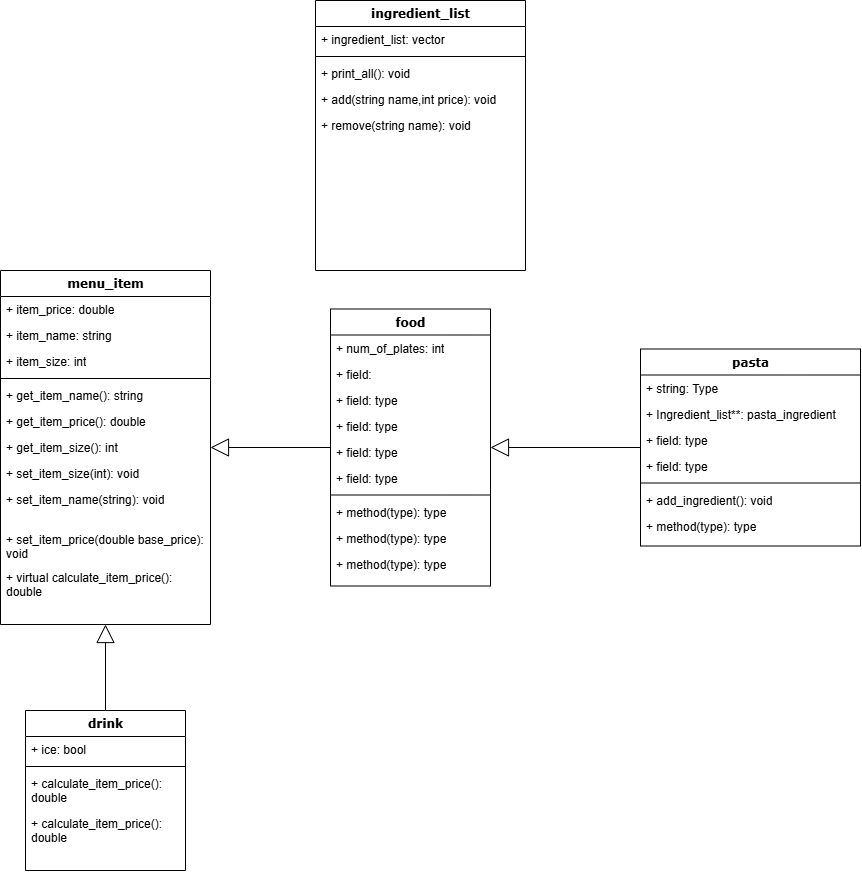
The draw.io diagram UML.png in SohamA12345/Project, before a commit. Source tidied: cells renumbered, new cells last; positions are measured from the earlier drawing's top-left corner, leaving out a move shared by most shapes.
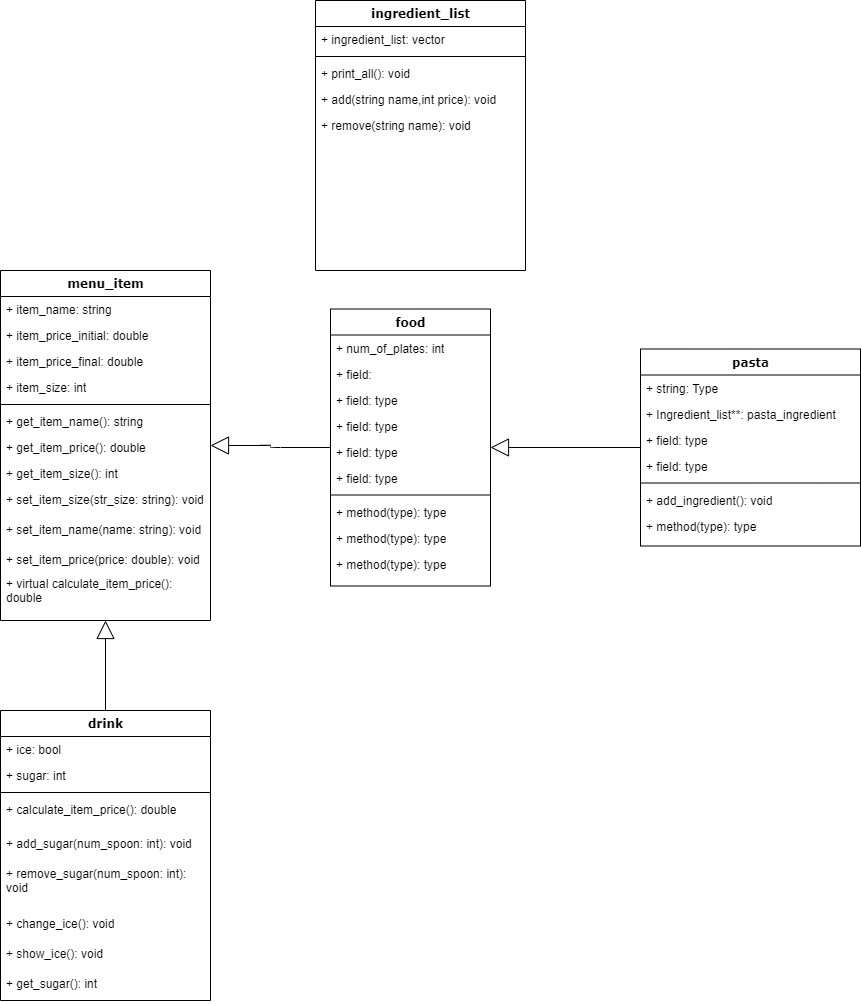
Later version of the same file.

The edit, as a diff of the source:
```diff
@@ -3,40 +3,43 @@
     <mxCell id="0" />
     <mxCell id="1" parent="0" />
     <mxCell id="2" value="&lt;div&gt;menu_item&lt;br&gt;&lt;/div&gt;" style="swimlane;html=1;fontStyle=1;align=center;verticalAlign=top;horizontal=1;startSize=26;swimlaneFillColor=#ffffff;rounded=0;shadow=0;comic=0;labelBackgroundColor=none;strokeWidth=1;fillColor=none;fontFamily=Verdana;fontSize=12;" parent="1" vertex="1">
-      <mxGeometry y="270" width="210" height="354" as="geometry" />
+      <mxGeometry y="270" width="210" height="350" as="geometry" />
     </mxCell>
+    <mxCell id="4" value="+ item_name: string" style="text;html=1;strokeColor=none;fillColor=none;align=left;verticalAlign=top;spacingLeft=4;spacingRight=4;whiteSpace=wrap;overflow=hidden;" parent="2" vertex="1">
+      <mxGeometry y="26" width="210" height="26" as="geometry" />
+    </mxCell>
-    <mxCell id="3" value="+ item_price: double" style="text;html=1;strokeColor=none;fillColor=none;align=left;verticalAlign=top;spacingLeft=4;spacingRight=4;whiteSpace=wrap;overflow=hidden;" parent="2" vertex="1">
-      <mxGeometry y="26" width="210" height="26" as="geometry" />
+    <mxCell id="3" value="+ item_price_initial: double" style="text;html=1;strokeColor=none;fillColor=none;align=left;verticalAlign=top;spacingLeft=4;spacingRight=4;whiteSpace=wrap;overflow=hidden;" parent="2" vertex="1">
+      <mxGeometry y="52" width="210" height="26" as="geometry" />
     </mxCell>
-    <mxCell id="4" value="+ item_name: string" style="text;html=1;strokeColor=none;fillColor=none;align=left;verticalAlign=top;spacingLeft=4;spacingRight=4;whiteSpace=wrap;overflow=hidden;" parent="2" vertex="1">
-      <mxGeometry y="52" width="210" height="26" as="geometry" />
-    </mxCell>
-    <mxCell id="5" value="+ item_size: int" style="text;html=1;strokeColor=none;fillColor=none;align=left;verticalAlign=top;spacingLeft=4;spacingRight=4;whiteSpace=wrap;overflow=hidden;" parent="2" vertex="1">
+    <mxCell id="5" value="+ item_price_final: double" style="text;html=1;strokeColor=none;fillColor=none;align=left;verticalAlign=top;spacingLeft=4;spacingRight=4;whiteSpace=wrap;overflow=hidden;" parent="2" vertex="1">
       <mxGeometry y="78" width="210" height="26" as="geometry" />
     </mxCell>
+    <mxCell id="48" value="+ item_size: int" style="text;html=1;strokeColor=none;fillColor=none;align=left;verticalAlign=top;spacingLeft=4;spacingRight=4;whiteSpace=wrap;overflow=hidden;" parent="2" vertex="1">
+      <mxGeometry y="104" width="210" height="26" as="geometry" />
+    </mxCell>
     <mxCell id="6" style="line;html=1;strokeWidth=1;fillColor=none;align=left;verticalAlign=middle;spacingTop=-1;spacingLeft=3;spacingRight=3;labelPosition=right;" parent="2" vertex="1">
-      <mxGeometry y="104" width="210" height="8" as="geometry" />
+      <mxGeometry y="130" width="210" height="8" as="geometry" />
     </mxCell>
     <mxCell id="7" value="+ get_item_name(): string" style="text;html=1;strokeColor=none;fillColor=none;align=left;verticalAlign=top;spacingLeft=4;spacingRight=4;whiteSpace=wrap;overflow=hidden;" parent="2" vertex="1">
-      <mxGeometry y="112" width="210" height="26" as="geometry" />
+      <mxGeometry y="138" width="210" height="26" as="geometry" />
     </mxCell>
     <mxCell id="8" value="+ get_item_price(): double" style="text;html=1;strokeColor=none;fillColor=none;align=left;verticalAlign=top;spacingLeft=4;spacingRight=4;whiteSpace=wrap;overflow=hidden;" parent="2" vertex="1">
-      <mxGeometry y="138" width="210" height="26" as="geometry" />
+      <mxGeometry y="164" width="210" height="26" as="geometry" />
     </mxCell>
     <mxCell id="9" value="+ get_item_size(): int" style="text;html=1;strokeColor=none;fillColor=none;align=left;verticalAlign=top;spacingLeft=4;spacingRight=4;whiteSpace=wrap;overflow=hidden;" parent="2" vertex="1">
-      <mxGeometry y="164" width="210" height="26" as="geometry" />
+      <mxGeometry y="190" width="210" height="26" as="geometry" />
     </mxCell>
-    <mxCell id="10" value="+ set_item_size(int): void" style="text;html=1;strokeColor=none;fillColor=none;align=left;verticalAlign=top;spacingLeft=4;spacingRight=4;whiteSpace=wrap;overflow=hidden;" parent="2" vertex="1">
-      <mxGeometry y="190" width="210" height="26" as="geometry" />
+    <mxCell id="10" value="+ set_item_size(str_size: string): void" style="text;html=1;strokeColor=none;fillColor=none;align=left;verticalAlign=top;spacingLeft=4;spacingRight=4;whiteSpace=wrap;overflow=hidden;" parent="2" vertex="1">
+      <mxGeometry y="216" width="210" height="30" as="geometry" />
     </mxCell>
-    <mxCell id="11" value="+ set_item_name(string): void" style="text;html=1;strokeColor=none;fillColor=none;align=left;verticalAlign=top;spacingLeft=4;spacingRight=4;whiteSpace=wrap;overflow=hidden;" parent="2" vertex="1">
-      <mxGeometry y="216" width="210" height="40" as="geometry" />
+    <mxCell id="11" value="+ set_item_name(name: string): void" style="text;html=1;strokeColor=none;fillColor=none;align=left;verticalAlign=top;spacingLeft=4;spacingRight=4;whiteSpace=wrap;overflow=hidden;" parent="2" vertex="1">
+      <mxGeometry y="246" width="210" height="30" as="geometry" />
     </mxCell>
-    <mxCell id="12" value="+ set_item_price(double base_price): void" style="text;html=1;strokeColor=none;fillColor=none;align=left;verticalAlign=top;spacingLeft=4;spacingRight=4;whiteSpace=wrap;overflow=hidden;" parent="2" vertex="1">
-      <mxGeometry y="256" width="210" height="38" as="geometry" />
+    <mxCell id="12" value="+ set_item_price(price: double): void" style="text;html=1;strokeColor=none;fillColor=none;align=left;verticalAlign=top;spacingLeft=4;spacingRight=4;whiteSpace=wrap;overflow=hidden;" parent="2" vertex="1">
+      <mxGeometry y="276" width="210" height="24" as="geometry" />
     </mxCell>
     <mxCell id="13" value="+ virtual calculate_item_price(): double" style="text;html=1;strokeColor=none;fillColor=none;align=left;verticalAlign=top;spacingLeft=4;spacingRight=4;whiteSpace=wrap;overflow=hidden;" parent="2" vertex="1">
-      <mxGeometry y="294" width="210" height="60" as="geometry" />
+      <mxGeometry y="300" width="210" height="40" as="geometry" />
     </mxCell>
     <mxCell id="14" style="edgeStyle=orthogonalEdgeStyle;html=1;labelBackgroundColor=none;startFill=0;startSize=8;endArrow=block;endFill=0;endSize=16;fontFamily=Verdana;fontSize=12;elbow=vertical;rounded=1;strokeColor=default;align=center;verticalAlign=middle;fontColor=default;" parent="1" edge="1" source="26" target="15">
       <mxGeometry relative="1" as="geometry" />
@@ -105,20 +108,35 @@
       <mxGeometry relative="1" as="geometry" />
     </mxCell>
     <mxCell id="36" value="drink" style="swimlane;html=1;fontStyle=1;align=center;verticalAlign=top;horizontal=1;startSize=26;swimlaneFillColor=#ffffff;rounded=0;shadow=0;comic=0;labelBackgroundColor=none;strokeWidth=1;fillColor=none;fontFamily=Verdana;fontSize=12;" parent="1" vertex="1">
-      <mxGeometry x="25" y="710" width="160" height="160" as="geometry" />
+      <mxGeometry y="710" width="210" height="290" as="geometry" />
     </mxCell>
+    <mxCell id="49" value="+ ice: bool" style="text;html=1;strokeColor=none;fillColor=none;align=left;verticalAlign=top;spacingLeft=4;spacingRight=4;whiteSpace=wrap;overflow=hidden;" parent="36" vertex="1">
+      <mxGeometry y="26" width="210" height="26" as="geometry" />
+    </mxCell>
-    <mxCell id="37" value="+ ice: bool" style="text;html=1;strokeColor=none;fillColor=none;align=left;verticalAlign=top;spacingLeft=4;spacingRight=4;whiteSpace=wrap;overflow=hidden;" parent="36" vertex="1">
-      <mxGeometry y="26" width="160" height="26" as="geometry" />
+    <mxCell id="37" value="+ sugar: int" style="text;html=1;strokeColor=none;fillColor=none;align=left;verticalAlign=top;spacingLeft=4;spacingRight=4;whiteSpace=wrap;overflow=hidden;" parent="36" vertex="1">
+      <mxGeometry y="52" width="210" height="26" as="geometry" />
     </mxCell>
     <mxCell id="38" style="line;html=1;strokeWidth=1;fillColor=none;align=left;verticalAlign=middle;spacingTop=-1;spacingLeft=3;spacingRight=3;labelPosition=right;" parent="36" vertex="1">
-      <mxGeometry y="52" width="160" height="8" as="geometry" />
+      <mxGeometry y="78" width="210" height="8" as="geometry" />
     </mxCell>
     <mxCell id="39" value="+ calculate_item_price(): double&lt;div&gt;&lt;br&gt;&lt;/div&gt;" style="text;html=1;strokeColor=none;fillColor=none;align=left;verticalAlign=top;spacingLeft=4;spacingRight=4;whiteSpace=wrap;overflow=hidden;" parent="36" vertex="1">
-      <mxGeometry y="60" width="160" height="40" as="geometry" />
+      <mxGeometry y="86" width="210" height="34" as="geometry" />
     </mxCell>
+    <mxCell id="50" value="+ add_sugar(num_spoon: int): void" style="text;html=1;strokeColor=none;fillColor=none;align=left;verticalAlign=top;spacingLeft=4;spacingRight=4;whiteSpace=wrap;overflow=hidden;" parent="36" vertex="1">
+      <mxGeometry y="120" width="210" height="30" as="geometry" />
+    </mxCell>
-    <mxCell id="40" value="+ calculate_item_price(): double&lt;div&gt;&lt;br&gt;&lt;/div&gt;" style="text;html=1;strokeColor=none;fillColor=none;align=left;verticalAlign=top;spacingLeft=4;spacingRight=4;whiteSpace=wrap;overflow=hidden;" parent="36" vertex="1">
-      <mxGeometry y="100" width="160" height="40" as="geometry" />
+    <mxCell id="40" value="+ remove_sugar(num_spoon: int): void" style="text;html=1;strokeColor=none;fillColor=none;align=left;verticalAlign=top;spacingLeft=4;spacingRight=4;whiteSpace=wrap;overflow=hidden;" parent="36" vertex="1">
+      <mxGeometry y="150" width="210" height="50" as="geometry" />
     </mxCell>
+    <mxCell id="51" value="+ change_ice(): void" style="text;html=1;strokeColor=none;fillColor=none;align=left;verticalAlign=top;spacingLeft=4;spacingRight=4;whiteSpace=wrap;overflow=hidden;" parent="36" vertex="1">
+      <mxGeometry y="200" width="210" height="30" as="geometry" />
+    </mxCell>
+    <mxCell id="52" value="+ show_ice(): void" style="text;html=1;strokeColor=none;fillColor=none;align=left;verticalAlign=top;spacingLeft=4;spacingRight=4;whiteSpace=wrap;overflow=hidden;" parent="36" vertex="1">
+      <mxGeometry y="230" width="210" height="30" as="geometry" />
+    </mxCell>
+    <mxCell id="53" value="+ get_sugar(): int" style="text;html=1;strokeColor=none;fillColor=none;align=left;verticalAlign=top;spacingLeft=4;spacingRight=4;whiteSpace=wrap;overflow=hidden;" parent="36" vertex="1">
+      <mxGeometry y="260" width="210" height="30" as="geometry" />
+    </mxCell>
     <mxCell id="41" value="ingredient_list" style="swimlane;html=1;fontStyle=1;align=center;verticalAlign=top;horizontal=1;startSize=26;swimlaneFillColor=#ffffff;rounded=0;shadow=0;comic=0;labelBackgroundColor=none;strokeWidth=1;fillColor=none;fontFamily=Verdana;fontSize=12;" parent="1" vertex="1">
       <mxGeometry x="315" width="210" height="270" as="geometry" />
     </mxCell>
```
